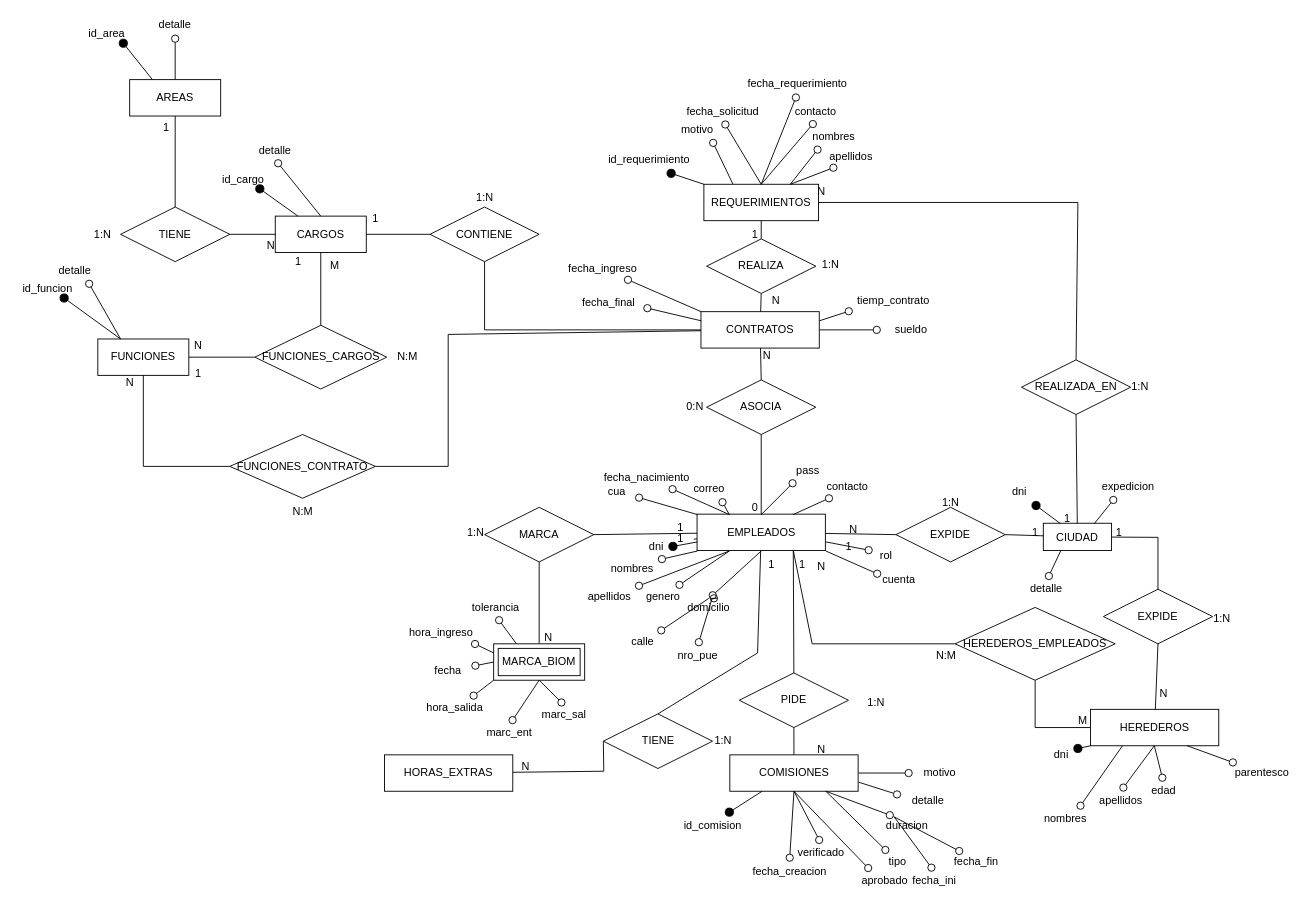
Above: page "Página-2" (2 of 2) of Diagrama SRH.drawio in tomyivan/diagramas-DB (draw.io), before the change. Source tidied: cells renumbered, new cells numbered last; positions are measured from the earlier drawing's top-left corner, leaving out a move shared by most shapes. Both pictures are drawn from the tidied source at 91%, with x=0, y=0 at pixel (15, 15).
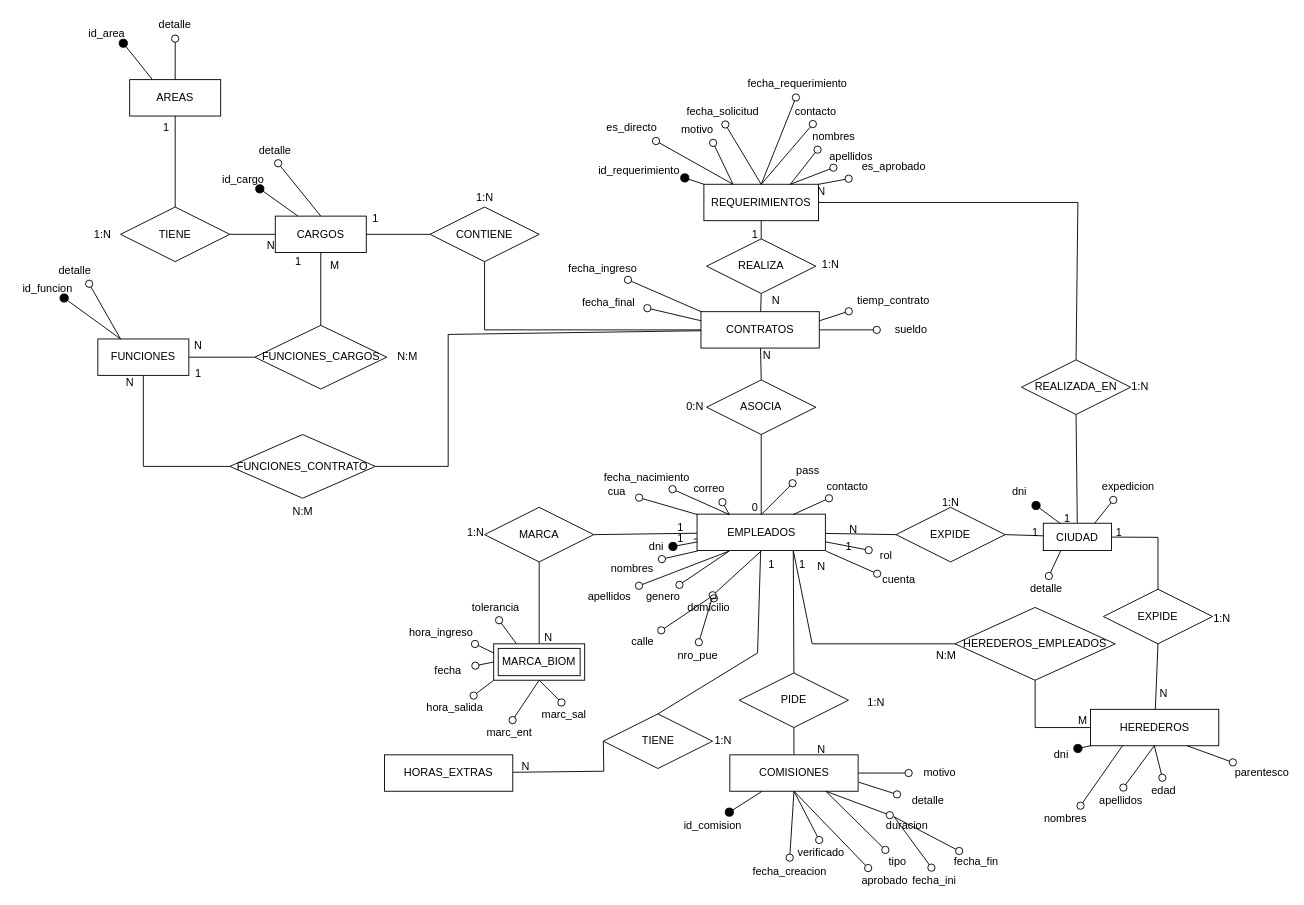
Above is the later version.

Unchanged cells that the change refers to:
```xml
<mxCell id="2" value="REQUERIMIENTOS" style="whiteSpace=wrap;html=1;align=center;" parent="1" vertex="1">
  <mxGeometry x="756" y="185" width="126" height="40" as="geometry" />
</mxCell>
```

Diff of the diagram source:
```diff
@@
     <mxCell id="6" value="id_requerimiento" style="whiteSpace=wrap;html=1;align=center;strokeColor=none;fillColor=none;" parent="1" vertex="1">
-      <mxGeometry x="645.5" y="143" width="99.5" height="30" as="geometry" />
+      <mxGeometry x="635" y="155" width="99.5" height="30" as="geometry" />
     </mxCell>
@@
+    <mxCell id="205" value="es_directo" style="whiteSpace=wrap;html=1;align=center;strokeColor=none;fillColor=none;" parent="1" vertex="1">
+      <mxGeometry x="631.5" y="110" width="90" height="25" as="geometry" />
+    </mxCell>
+    <mxCell id="206" style="endArrow=circle;html=1;rounded=0;strokeColor=default;shadow=0;startFill=0;fillOpacity=100;endFill=0;snapToPoint=1;fixDash=1;backgroundOutline=1;comic=0;jiggle=1;enumerate=0;orthogonal=0;strokeOpacity=100;arcSize=210;startArrow=none;strokeWidth=1;startSize=0;endSize=3;" parent="1" edge="1" source="2" target="205">
+      <mxGeometry relative="1" as="geometry" />
+    </mxCell>
+    <mxCell id="207" value="es_aprobado" style="whiteSpace=wrap;html=1;align=center;strokeColor=none;fillColor=none;" parent="1" vertex="1">
+      <mxGeometry x="920.1" y="153" width="90" height="25" as="geometry" />
+    </mxCell>
+    <mxCell id="208" style="endArrow=circle;html=1;rounded=0;strokeColor=default;shadow=0;startFill=0;fillOpacity=100;endFill=0;snapToPoint=1;fixDash=1;backgroundOutline=1;comic=0;jiggle=1;enumerate=0;orthogonal=0;strokeOpacity=100;arcSize=210;startArrow=none;strokeWidth=1;startSize=0;endSize=3;" parent="1" edge="1" source="2" target="207">
+      <mxGeometry relative="1" as="geometry" />
+    </mxCell>
```
